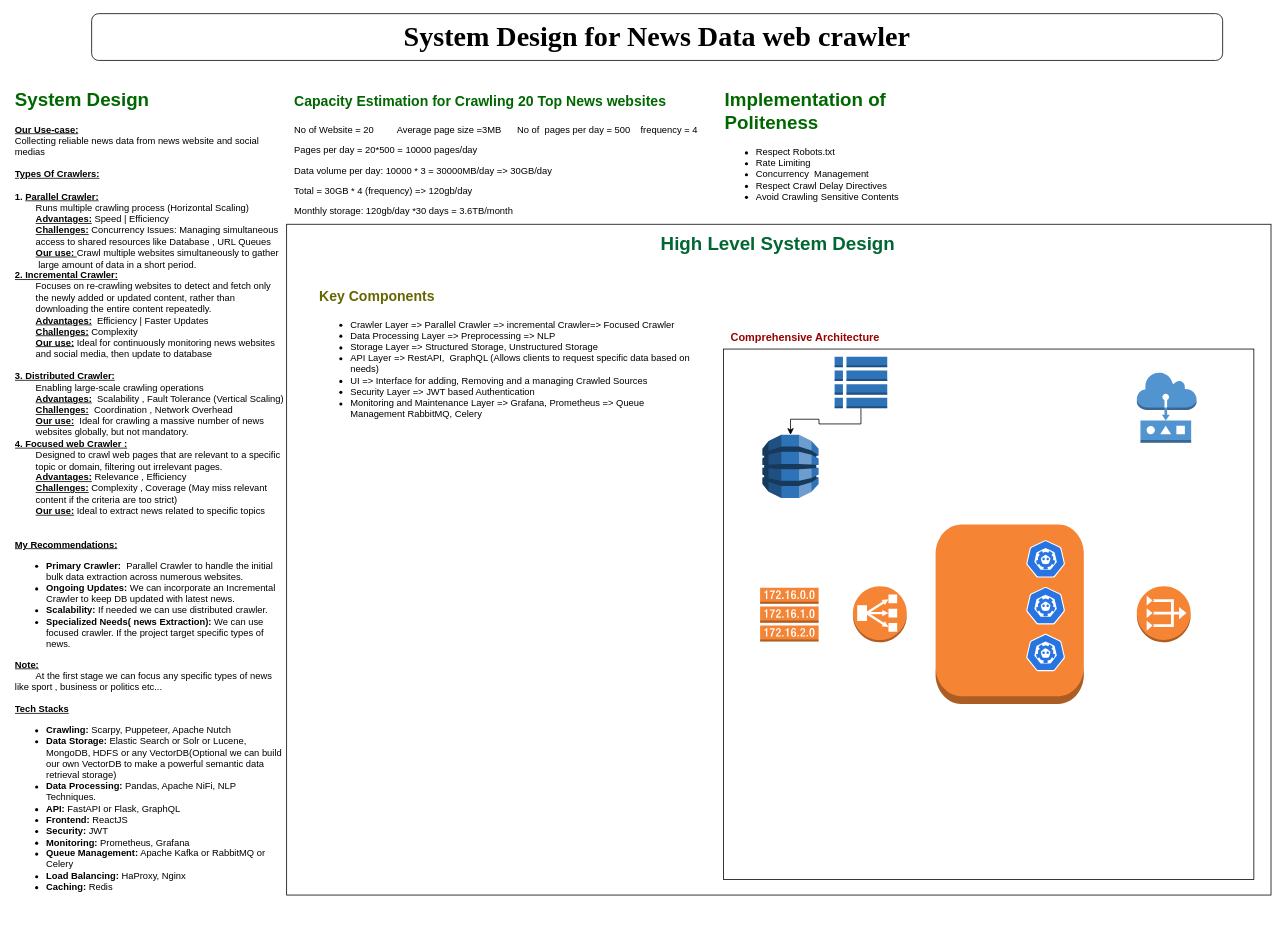
This is Web Crawler System Design.drawio from donisabkmm/Web-Crawler-System-Design, a draw.io file, before an edit. Source tidied: cells renumbered, new cells numbered last; positions are measured from the earlier drawing's top-left corner, leaving out a move shared by most shapes. Both pictures are drawn from the tidied source at 78%, with x=0, y=0 at pixel (13, 13). Pictures stored in the file or linked from it are replaced by grey dashed boxes.
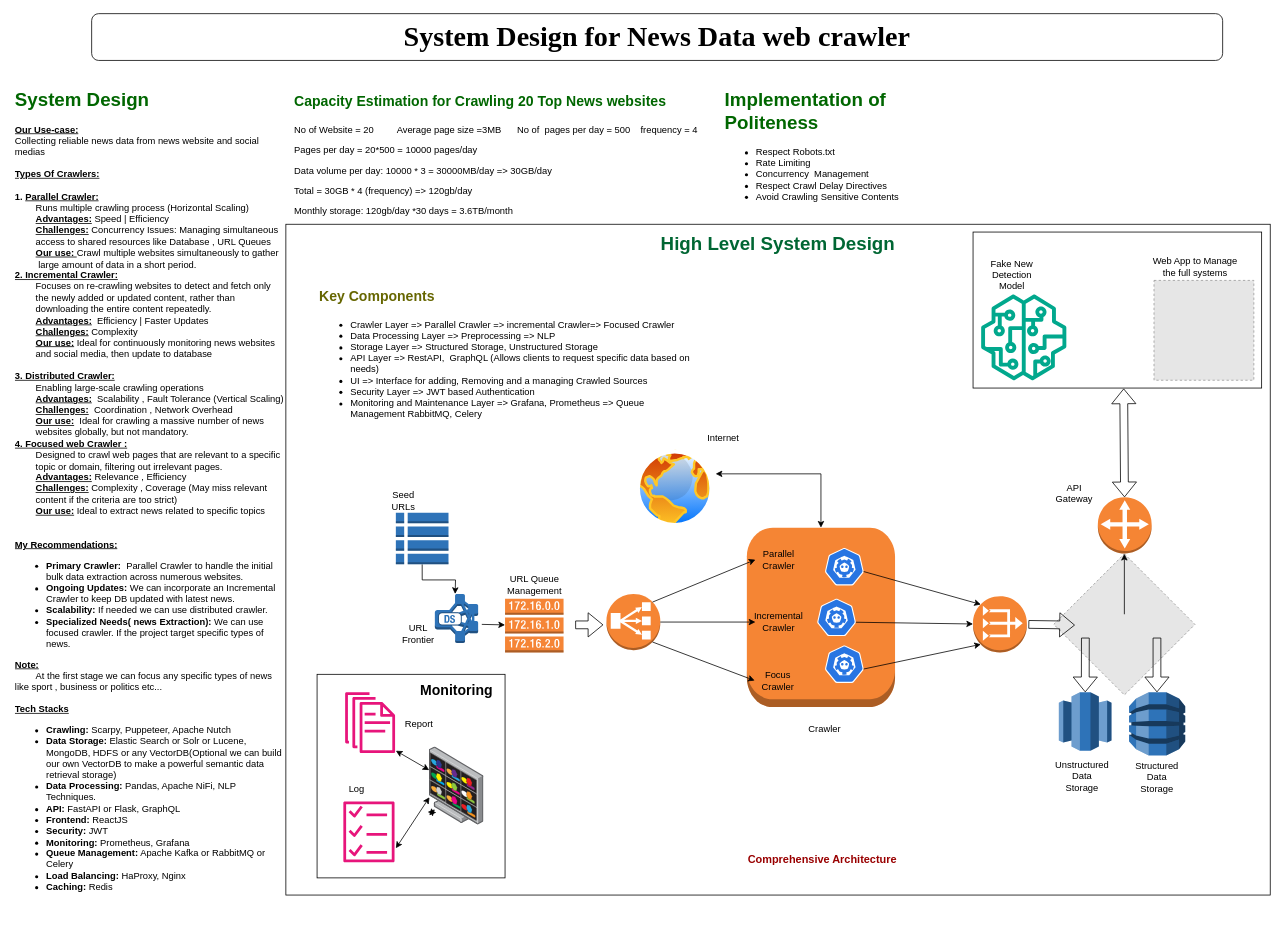
Above is the later version.

Diff of the diagram source:
```diff
@@
     <mxCell id="5" style="rounded=0;whiteSpace=wrap;html=1;" parent="1" vertex="1">
-      <mxGeometry x="350" y="270" width="1262" height="860" as="geometry" />
+      <mxGeometry x="349" y="270" width="1262" height="860" as="geometry" />
     </mxCell>
@@
-    <mxCell id="9" style="whiteSpace=wrap;html=1;" parent="1" vertex="1">
-      <mxGeometry x="910" y="430" width="680" height="680" as="geometry" />
-    </mxCell>
     <mxCell id="10" value="&lt;font color=&quot;#990000&quot; style=&quot;font-size: 14px;&quot;&gt;&lt;b&gt;Comprehensive Architecture&lt;/b&gt;&lt;/font&gt;" style="text;html=1;align=center;verticalAlign=middle;whiteSpace=wrap;rounded=0;" parent="1" vertex="1">
-      <mxGeometry x="910" y="400" width="210" height="30" as="geometry" />
+      <mxGeometry x="932" y="1070" width="210" height="30" as="geometry" />
     </mxCell>
-    <mxCell id="11" style="edgeStyle=orthogonalEdgeStyle;rounded=0;jettySize=auto;html=1;exitX=0.5;exitY=1;exitDx=0;exitDy=0;exitPerimeter=0;entryX=0.5;entryY=0;entryDx=0;entryDy=0;entryPerimeter=0;" parent="1" edge="1" source="12" target="15">
-      <mxGeometry relative="1" as="geometry" />
+    <mxCell id="11" style="edgeStyle=orthogonalEdgeStyle;rounded=0;jettySize=auto;html=1;exitX=0.5;exitY=1;exitDx=0;exitDy=0;exitPerimeter=0;entryX=0.5;entryY=0;entryDx=0;entryDy=0;entryPerimeter=0;" parent="1" edge="1" source="12">
+      <mxGeometry relative="1" as="geometry">
+        <mxPoint x="566" y="744" as="targetPoint" />
+      </mxGeometry>
     </mxCell>
     <mxCell id="12" style="outlineConnect=0;dashed=0;verticalLabelPosition=bottom;verticalAlign=top;align=center;html=1;shape=mxgraph.aws3.table;fillColor=#2E73B8;gradientColor=none;" parent="1" vertex="1">
-      <mxGeometry x="1052.5" y="440" width="67.5" height="66" as="geometry" />
+      <mxGeometry x="490" y="640" width="67.5" height="66" as="geometry" />
     </mxCell>
     <mxCell id="13" style="outlineConnect=0;dashed=0;verticalLabelPosition=bottom;verticalAlign=top;align=center;html=1;shape=mxgraph.aws3.route_table;fillColor=#F58536;gradientColor=none;" parent="1" vertex="1">
-      <mxGeometry x="957" y="736" width="75" height="69" as="geometry" />
+      <mxGeometry x="630" y="750" width="75" height="69" as="geometry" />
     </mxCell>
-    <mxCell id="14" style="dashed=0;verticalLabelPosition=bottom;verticalAlign=top;align=center;html=1;shape=mxgraph.aws3.actuator;fillColor=#5294CF;gradientColor=none;" parent="1" vertex="1">
-      <mxGeometry x="1440" y="460" width="76.5" height="90" as="geometry" />
-    </mxCell>
-    <mxCell id="15" style="outlineConnect=0;dashed=0;verticalLabelPosition=bottom;verticalAlign=top;align=center;html=1;shape=mxgraph.aws3.dynamo_db;fillColor=#2E73B8;gradientColor=none;" parent="1" vertex="1">
-      <mxGeometry x="960" y="540" width="72" height="81" as="geometry" />
-    </mxCell>
     <mxCell id="16" style="outlineConnect=0;dashed=0;verticalLabelPosition=bottom;verticalAlign=top;align=center;html=1;shape=mxgraph.aws3.vpc_nat_gateway;fillColor=#F58534;gradientColor=none;" parent="1" vertex="1">
-      <mxGeometry x="1440" y="734" width="69" height="72" as="geometry" />
+      <mxGeometry x="1230" y="747" width="69" height="72" as="geometry" />
     </mxCell>
     <mxCell id="17" style="outlineConnect=0;dashed=0;verticalLabelPosition=bottom;verticalAlign=top;align=center;html=1;shape=mxgraph.aws3.classic_load_balancer;fillColor=#F58534;gradientColor=none;" parent="1" vertex="1">
-      <mxGeometry x="1076" y="734" width="69" height="72" as="geometry" />
+      <mxGeometry x="760" y="744" width="69" height="72" as="geometry" />
     </mxCell>
     <mxCell id="18" style="outlineConnect=0;dashed=0;verticalLabelPosition=bottom;verticalAlign=top;align=center;html=1;shape=mxgraph.aws3.instance;fillColor=#F58534;gradientColor=none;" parent="1" vertex="1">
-      <mxGeometry x="1182" y="655" width="190" height="230" as="geometry" />
+      <mxGeometry x="940" y="659" width="190" height="230" as="geometry" />
     </mxCell>
     <mxCell id="19" style="sketch=0;html=1;dashed=0;whitespace=wrap;verticalLabelPosition=bottom;verticalAlign=top;fillColor=#2875E2;strokeColor=#ffffff;points=[[0.005,0.63,0],[0.1,0.2,0],[0.9,0.2,0],[0.5,0,0],[0.995,0.63,0],[0.72,0.99,0],[0.5,1,0],[0.28,0.99,0]];shape=mxgraph.kubernetes.icon2;prIcon=etcd;" parent="1" vertex="1">
-      <mxGeometry x="1298" y="675" width="50" height="48" as="geometry" />
+      <mxGeometry x="1040" y="685" width="50" height="48" as="geometry" />
     </mxCell>
     <mxCell id="20" style="sketch=0;html=1;dashed=0;whitespace=wrap;verticalLabelPosition=bottom;verticalAlign=top;fillColor=#2875E2;strokeColor=#ffffff;points=[[0.005,0.63,0],[0.1,0.2,0],[0.9,0.2,0],[0.5,0,0],[0.995,0.63,0],[0.72,0.99,0],[0.5,1,0],[0.28,0.99,0]];shape=mxgraph.kubernetes.icon2;prIcon=etcd;" parent="1" vertex="1">
-      <mxGeometry x="1298" y="735" width="50" height="48" as="geometry" />
+      <mxGeometry x="1030" y="750" width="50" height="48" as="geometry" />
     </mxCell>
     <mxCell id="21" style="sketch=0;html=1;dashed=0;whitespace=wrap;verticalLabelPosition=bottom;verticalAlign=top;fillColor=#2875E2;strokeColor=#ffffff;points=[[0.005,0.63,0],[0.1,0.2,0],[0.9,0.2,0],[0.5,0,0],[0.995,0.63,0],[0.72,0.99,0],[0.5,1,0],[0.28,0.99,0]];shape=mxgraph.kubernetes.icon2;prIcon=etcd;" parent="1" vertex="1">
-      <mxGeometry x="1298" y="795" width="50" height="48" as="geometry" />
+      <mxGeometry x="1040" y="810" width="50" height="48" as="geometry" />
     </mxCell>
+    <mxCell id="22" value="Parallel Crawler" style="text;html=1;align=center;verticalAlign=middle;whiteSpace=wrap;rounded=0;" parent="1" vertex="1">
+      <mxGeometry x="951" y="685" width="60" height="30" as="geometry" />
+    </mxCell>
+    <mxCell id="23" value="Incremental Crawler" style="text;html=1;align=center;verticalAlign=middle;whiteSpace=wrap;rounded=0;" parent="1" vertex="1">
+      <mxGeometry x="951" y="765" width="60" height="30" as="geometry" />
+    </mxCell>
+    <mxCell id="24" value="Focus Crawler" style="text;html=1;align=center;verticalAlign=middle;whiteSpace=wrap;rounded=0;" parent="1" vertex="1">
+      <mxGeometry x="950" y="840" width="60" height="30" as="geometry" />
+    </mxCell>
+    <mxCell id="25" style="endArrow=classic;html=1;rounded=0;entryX=0;entryY=0.5;entryDx=0;entryDy=0;exitX=0.855;exitY=0.855;exitDx=0;exitDy=0;exitPerimeter=0;" parent="1" edge="1" source="17" target="24">
+      <mxGeometry relative="1" as="geometry" />
+    </mxCell>
+    <mxCell id="26" style="endArrow=classic;html=1;rounded=0;exitX=1;exitY=0.5;exitDx=0;exitDy=0;exitPerimeter=0;entryX=0;entryY=0.5;entryDx=0;entryDy=0;" parent="1" edge="1" source="17" target="23">
+      <mxGeometry relative="1" as="geometry" />
+    </mxCell>
+    <mxCell id="27" style="endArrow=classic;html=1;rounded=0;entryX=0;entryY=0.5;entryDx=0;entryDy=0;exitX=0.855;exitY=0.145;exitDx=0;exitDy=0;exitPerimeter=0;" parent="1" edge="1" source="17" target="22">
+      <mxGeometry relative="1" as="geometry" />
+    </mxCell>
+    <mxCell id="28" style="endArrow=classic;html=1;rounded=0;entryX=0.145;entryY=0.145;entryDx=0;entryDy=0;entryPerimeter=0;exitX=0.995;exitY=0.63;exitDx=0;exitDy=0;exitPerimeter=0;" parent="1" edge="1" source="19" target="16">
+      <mxGeometry relative="1" as="geometry" />
+    </mxCell>
+    <mxCell id="29" style="endArrow=classic;html=1;rounded=0;entryX=0.145;entryY=0.855;entryDx=0;entryDy=0;entryPerimeter=0;exitX=0.995;exitY=0.63;exitDx=0;exitDy=0;exitPerimeter=0;" parent="1" edge="1" source="21" target="16">
+      <mxGeometry relative="1" as="geometry" />
+    </mxCell>
+    <mxCell id="30" style="endArrow=classic;html=1;rounded=0;exitX=0.995;exitY=0.63;exitDx=0;exitDy=0;exitPerimeter=0;" parent="1" edge="1" source="20" target="16">
+      <mxGeometry relative="1" as="geometry" />
+    </mxCell>
+    <mxCell id="31" style="shape=flexArrow;endArrow=classic;html=1;rounded=0;" parent="1" edge="1">
+      <mxGeometry relative="1" as="geometry">
+        <mxPoint x="720" y="783.6" as="sourcePoint" />
+        <mxPoint x="756" y="783.6" as="targetPoint" />
+      </mxGeometry>
+    </mxCell>
+    <mxCell id="32" style="endArrow=classic;html=1;rounded=0;" parent="1" edge="1" target="13">
+      <mxGeometry relative="1" as="geometry">
+        <mxPoint x="600.2" y="783" as="sourcePoint" />
+      </mxGeometry>
+    </mxCell>
+    <mxCell id="33" style="edgeStyle=orthogonalEdgeStyle;rounded=0;orthogonalLoop=1;jettySize=auto;html=1;exitX=0.5;exitY=1;exitDx=0;exitDy=0;" parent="1" edge="1" source="22" target="22">
+      <mxGeometry relative="1" as="geometry" />
+    </mxCell>
+    <mxCell id="34" style="dashed=0;verticalLabelPosition=bottom;verticalAlign=top;align=center;html=1;shape=mxgraph.aws3.dense_storage_node;fillColor=#2E73B8;gradientColor=none;" parent="1" vertex="1">
+      <mxGeometry x="540" y="744" width="55.5" height="63" as="geometry" />
+    </mxCell>
+    <mxCell id="35" style="dashed=0;verticalLabelPosition=bottom;verticalAlign=top;align=center;html=1;shape=mxgraph.aws3.dynamo_db;fillColor=#2E73B8;gradientColor=none;direction=west;" parent="1" vertex="1">
+      <mxGeometry x="1430" y="870" width="72" height="81" as="geometry" />
+    </mxCell>
+    <mxCell id="36" style="outlineConnect=0;dashed=0;verticalLabelPosition=bottom;verticalAlign=top;align=center;html=1;shape=mxgraph.aws3.redshift;fillColor=#2E73B8;gradientColor=none;direction=west;" parent="1" vertex="1">
+      <mxGeometry x="1340" y="870" width="67.5" height="75" as="geometry" />
+    </mxCell>
+    <mxCell id="37" style="fillColor=#E6E6E6;strokeColor=#999999;dashed=1;html=1;verticalAlign=top;verticalLabelPosition=bottom;labelBackgroundColor=#ffffff;rotation=45;" parent="1" vertex="1">
+      <mxGeometry x="1360" y="719" width="128" height="128" as="geometry" />
+    </mxCell>
+    <mxCell id="38" style="shape=flexArrow;endArrow=classic;html=1;rounded=0;" parent="1" edge="1" target="36">
+      <mxGeometry relative="1" as="geometry">
+        <mxPoint x="1374" y="800" as="sourcePoint" />
+      </mxGeometry>
+    </mxCell>
+    <mxCell id="39" style="shape=flexArrow;endArrow=classic;html=1;rounded=0;" parent="1" edge="1">
+      <mxGeometry relative="1" as="geometry">
+        <mxPoint x="1465.8" y="800" as="sourcePoint" />
+        <mxPoint x="1465.8" y="870" as="targetPoint" />
+      </mxGeometry>
+    </mxCell>
+    <mxCell id="40" style="shape=flexArrow;endArrow=classic;html=1;rounded=0;" parent="1" edge="1">
+      <mxGeometry relative="1" as="geometry">
+        <mxPoint x="1301" y="783" as="sourcePoint" />
+        <mxPoint x="1360.6" y="783.9" as="targetPoint" />
+      </mxGeometry>
+    </mxCell>
+    <mxCell id="41" style="outlineConnect=0;dashed=0;verticalLabelPosition=bottom;verticalAlign=top;align=center;html=1;shape=mxgraph.aws3.customer_gateway;fillColor=#F58534;gradientColor=none;" parent="1" vertex="1">
+      <mxGeometry x="1390" y="620" width="69" height="72" as="geometry" />
+    </mxCell>
+    <mxCell id="42" style="endArrow=classic;html=1;rounded=0;entryX=0;entryY=0;entryDx=0;entryDy=0;" parent="1" edge="1" target="37">
+      <mxGeometry relative="1" as="geometry">
+        <mxPoint x="1424" y="770" as="sourcePoint" />
+      </mxGeometry>
+    </mxCell>
+    <mxCell id="43" style="rounded=0;whiteSpace=wrap;html=1;" parent="1" vertex="1">
+      <mxGeometry x="1230" y="280" width="370" height="200" as="geometry" />
+    </mxCell>
+    <mxCell id="44" style="sketch=0;fontColor=#232F3E;gradientColor=none;fillColor=#01A88D;strokeColor=none;dashed=0;verticalLabelPosition=bottom;verticalAlign=top;align=center;html=1;fontSize=12;fontStyle=0;shape=mxgraph.aws4.sagemaker_model;" parent="1" vertex="1">
+      <mxGeometry x="1240" y="360" width="110" height="110" as="geometry" />
+    </mxCell>
+    <mxCell id="45" style="shape=flexArrow;endArrow=classic;startArrow=classic;html=1;rounded=0;entryX=0.522;entryY=1.003;entryDx=0;entryDy=0;entryPerimeter=0;" parent="1" edge="1" source="41" target="43">
+      <mxGeometry relative="1" as="geometry" />
+    </mxCell>
+    <mxCell id="46" style="rounded=0;whiteSpace=wrap;html=1;" parent="1" vertex="1">
+      <mxGeometry x="389" y="847" width="241" height="261" as="geometry" />
+    </mxCell>
+    <mxCell id="47" style="sketch=0;fontColor=#232F3E;gradientColor=none;fillColor=#E7157B;strokeColor=none;dashed=0;verticalLabelPosition=bottom;verticalAlign=top;align=center;html=1;fontSize=12;fontStyle=0;shape=mxgraph.aws4.checklist;" parent="1" vertex="1">
+      <mxGeometry x="422.5" y="1010" width="66" height="78" as="geometry" />
+    </mxCell>
+    <mxCell id="48" style="sketch=0;fontColor=#232F3E;gradientColor=none;fillColor=#E7157B;strokeColor=none;dashed=0;verticalLabelPosition=bottom;verticalAlign=top;align=center;html=1;fontSize=12;fontStyle=0;shape=mxgraph.aws4.documents;" parent="1" vertex="1">
+      <mxGeometry x="425" y="870" width="64" height="78" as="geometry" />
+    </mxCell>
+    <mxCell id="49" style="endArrow=classic;startArrow=classic;html=1;rounded=0;entryX=0.5;entryY=0;entryDx=0;entryDy=0;entryPerimeter=0;" parent="1" edge="1" target="18">
+      <mxGeometry relative="1" as="geometry">
+        <mxPoint x="900" y="590" as="sourcePoint" />
+        <Array as="points">
+          <mxPoint x="1035" y="590" />
+        </Array>
+      </mxGeometry>
+    </mxCell>
+    <mxCell id="50" value="Log" style="text;html=1;align=center;verticalAlign=middle;whiteSpace=wrap;rounded=0;" parent="1" vertex="1">
+      <mxGeometry x="410" y="980" width="60" height="30" as="geometry" />
+    </mxCell>
+    <mxCell id="51" value="&lt;div&gt;Report&lt;/div&gt;" style="text;html=1;align=center;verticalAlign=middle;whiteSpace=wrap;rounded=0;" parent="1" vertex="1">
+      <mxGeometry x="490" y="895.5" width="60" height="30" as="geometry" />
+    </mxCell>
+    <mxCell id="52" value="&lt;font style=&quot;font-size: 18px;&quot;&gt;&lt;b&gt;Monitoring&lt;/b&gt;&lt;/font&gt;" style="text;html=1;align=center;verticalAlign=middle;whiteSpace=wrap;rounded=0;" parent="1" vertex="1">
+      <mxGeometry x="507.8" y="853" width="120" height="30" as="geometry" />
+    </mxCell>
+    <mxCell id="53" style="endArrow=classic;startArrow=classic;html=1;rounded=0;" parent="1" edge="1" source="56">
+      <mxGeometry relative="1" as="geometry">
+        <mxPoint x="540" y="1020" as="targetPoint" />
+      </mxGeometry>
+    </mxCell>
+    <mxCell id="54" style="endArrow=classic;startArrow=classic;html=1;rounded=0;" parent="1" edge="1" target="56">
+      <mxGeometry relative="1" as="geometry">
+        <mxPoint x="490" y="945" as="sourcePoint" />
+      </mxGeometry>
+    </mxCell>
+    <mxCell id="55" style="endArrow=classic;startArrow=classic;html=1;rounded=0;entryX=0.004;entryY=0.646;entryDx=0;entryDy=0;entryPerimeter=0;" parent="1" edge="1" target="56">
+      <mxGeometry relative="1" as="geometry">
+        <mxPoint x="490" y="1070" as="sourcePoint" />
+      </mxGeometry>
+    </mxCell>
+    <mxCell id="56" style="image;points=[];html=1;align=center;shadow=0;dashed=0;image=img/lib/allied_telesis/security/DVS_Surveillance_Monitor.svg;" parent="1" vertex="1">
+      <mxGeometry x="532.8" y="940" width="70" height="100" as="geometry" />
+    </mxCell>
+    <mxCell id="57" value="Seed URLs" style="text;html=1;align=center;verticalAlign=middle;whiteSpace=wrap;rounded=0;" parent="1" vertex="1">
+      <mxGeometry x="470" y="610" width="60" height="30" as="geometry" />
+    </mxCell>
+    <mxCell id="58" value="URL Frontier" style="text;html=1;align=center;verticalAlign=middle;whiteSpace=wrap;rounded=0;" parent="1" vertex="1">
+      <mxGeometry x="489" y="780" width="60" height="30" as="geometry" />
+    </mxCell>
+    <mxCell id="59" value="URL Queue Management" style="text;html=1;align=center;verticalAlign=middle;whiteSpace=wrap;rounded=0;" parent="1" vertex="1">
+      <mxGeometry x="621.5" y="717" width="92" height="30" as="geometry" />
+    </mxCell>
+    <mxCell id="60" value="&lt;div&gt;Crawler&lt;/div&gt;&lt;div&gt;&lt;br&gt;&lt;/div&gt;" style="text;html=1;align=center;verticalAlign=middle;whiteSpace=wrap;rounded=0;" parent="1" vertex="1">
+      <mxGeometry x="1010" y="910" width="60" height="30" as="geometry" />
+    </mxCell>
+    <mxCell id="61" value="Internet" style="text;html=1;align=center;verticalAlign=middle;whiteSpace=wrap;rounded=0;" parent="1" vertex="1">
+      <mxGeometry x="880" y="530" width="60" height="30" as="geometry" />
+    </mxCell>
+    <mxCell id="62" style="image;perimeter=ellipsePerimeter;html=1;align=center;shadow=0;dashed=0;spacingTop=3;image=img/lib/active_directory/internet_globe.svg;" parent="1" vertex="1">
+      <mxGeometry x="798" y="559" width="100" height="100" as="geometry" />
+    </mxCell>
+    <mxCell id="63" value="Unstructured Data Storage" style="text;html=1;align=center;verticalAlign=middle;whiteSpace=wrap;rounded=0;" parent="1" vertex="1">
+      <mxGeometry x="1340" y="962.5" width="60" height="30" as="geometry" />
+    </mxCell>
+    <mxCell id="64" value="Structured Data Storage" style="text;html=1;align=center;verticalAlign=middle;whiteSpace=wrap;rounded=0;" parent="1" vertex="1">
+      <mxGeometry x="1436" y="964" width="60" height="30" as="geometry" />
+    </mxCell>
+    <mxCell id="65" value="API Gateway" style="text;html=1;align=center;verticalAlign=middle;whiteSpace=wrap;rounded=0;" parent="1" vertex="1">
+      <mxGeometry x="1330" y="600" width="60" height="30" as="geometry" />
+    </mxCell>
+    <mxCell id="66" value="&lt;div&gt;Fake New Detection Model&lt;br&gt;&lt;/div&gt;" style="text;html=1;align=center;verticalAlign=middle;whiteSpace=wrap;rounded=0;" parent="1" vertex="1">
+      <mxGeometry x="1250" y="320" width="60" height="30" as="geometry" />
+    </mxCell>
+    <mxCell id="67" style="fillColor=#E6E6E6;strokeColor=#999999;dashed=1;html=1;verticalAlign=top;verticalLabelPosition=bottom;labelBackgroundColor=#ffffff;" parent="1" vertex="1">
+      <mxGeometry x="1462" y="342" width="128" height="128" as="geometry" />
+    </mxCell>
+    <mxCell id="68" value="Web App to Manage the full systems" style="text;html=1;align=center;verticalAlign=middle;whiteSpace=wrap;rounded=0;" parent="1" vertex="1">
+      <mxGeometry x="1450" y="310" width="130" height="30" as="geometry" />
+    </mxCell>
```
